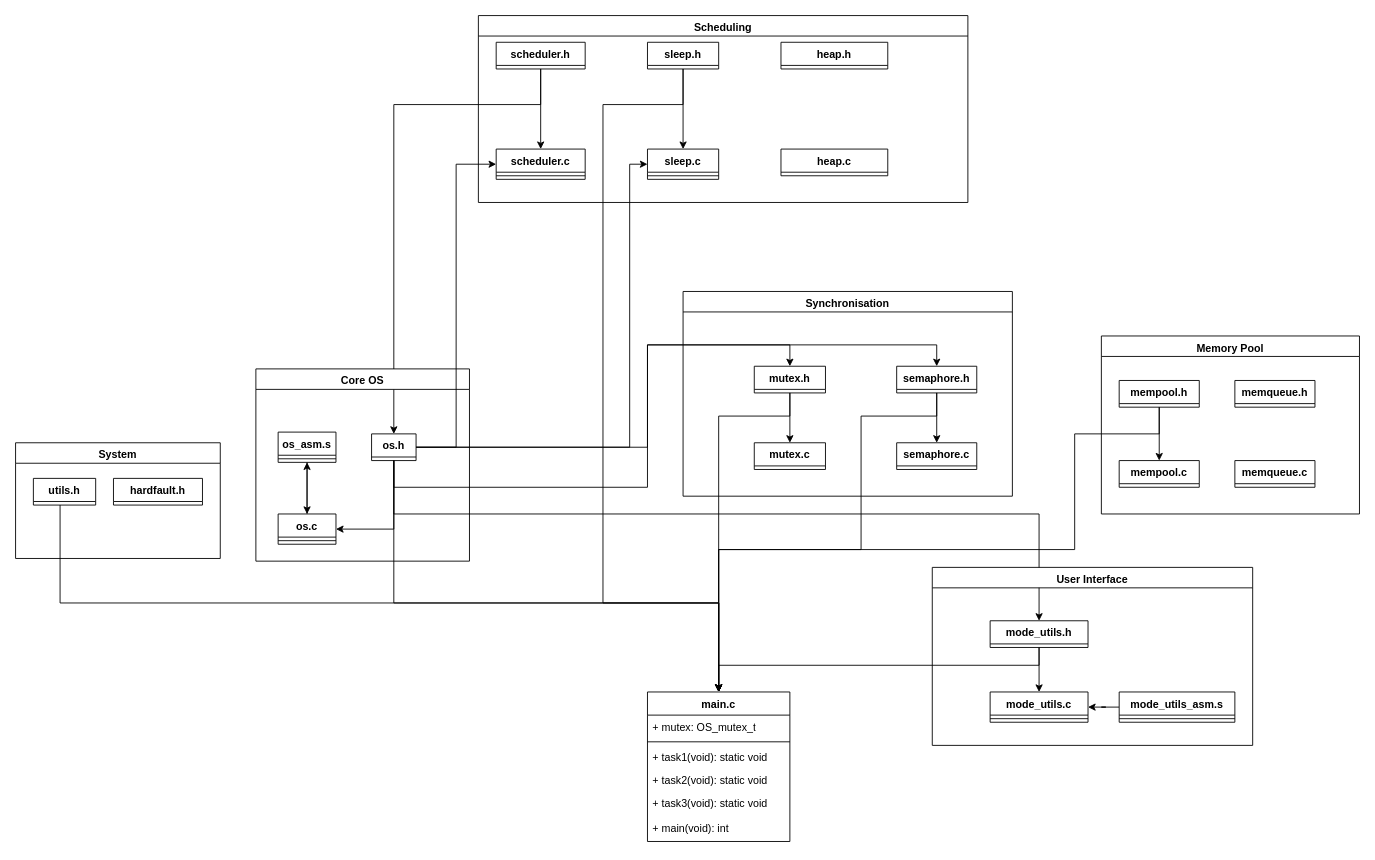
Earlier version of the draw.io diagram Assignment/DocetOS_Redesign_UML.drawio (ja-cooke/systems-programming). Source tidied: cells renumbered, new cells numbered last; positions are measured from the earlier drawing's top-left corner, leaving out a move shared by most shapes. Both pictures are drawn from the tidied source at 89%, with x=0, y=0 at pixel (15, 15).
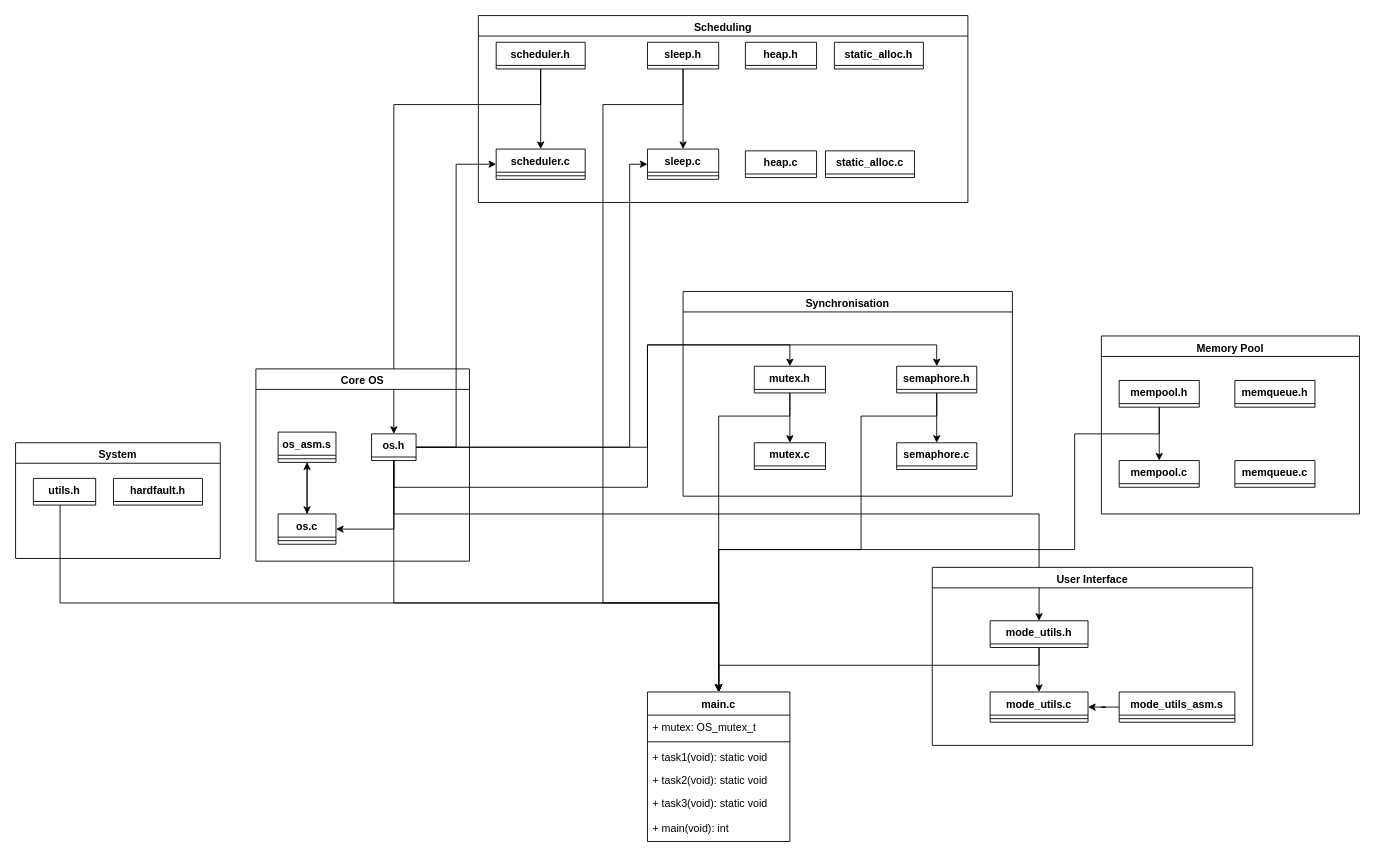
Above is the later version.

The change refers to these unchanged cells:
```xml
<mxCell id="15" value="Scheduling" style="swimlane;whiteSpace=wrap;html=1;strokeColor=default;align=center;verticalAlign=top;fontFamily=Helvetica;fontSize=12;fontColor=default;fontStyle=1;fillColor=default;" parent="1" vertex="1">
  <mxGeometry x="520" width="550" height="210" as="geometry" />
</mxCell>
```

What changed in the source:
```diff
@@
     <mxCell id="24" value="&lt;div&gt;&lt;span style=&quot;background-color: transparent; color: light-dark(rgb(0, 0, 0), rgb(255, 255, 255));&quot;&gt;heap.h&lt;/span&gt;&lt;/div&gt;" style="swimlane;fontStyle=1;align=center;verticalAlign=top;horizontal=1;startSize=26;whiteSpace=wrap;html=1;" parent="15" vertex="1" collapsed="1">
-      <mxGeometry x="340" y="30" width="120" height="30" as="geometry" />
+      <mxGeometry x="300" y="30" width="80" height="30" as="geometry" />
     </mxCell>
     <mxCell id="25" value="&lt;div&gt;&lt;span style=&quot;background-color: transparent; color: light-dark(rgb(0, 0, 0), rgb(255, 255, 255));&quot;&gt;heap.c&lt;/span&gt;&lt;/div&gt;" style="swimlane;fontStyle=1;align=center;verticalAlign=top;horizontal=1;startSize=26;whiteSpace=wrap;html=1;" parent="15" vertex="1" collapsed="1">
-      <mxGeometry x="340" y="150" width="120" height="30" as="geometry" />
+      <mxGeometry x="300" y="152" width="80" height="30" as="geometry" />
     </mxCell>
+    <mxCell id="66" value="&lt;div&gt;&lt;span style=&quot;background-color: transparent; color: light-dark(rgb(0, 0, 0), rgb(255, 255, 255));&quot;&gt;static_alloc.h&lt;/span&gt;&lt;/div&gt;" style="swimlane;fontStyle=1;align=center;verticalAlign=top;horizontal=1;startSize=26;whiteSpace=wrap;html=1;" parent="15" vertex="1" collapsed="1">
+      <mxGeometry x="400" y="30" width="100" height="30" as="geometry" />
+    </mxCell>
+    <mxCell id="67" value="&lt;div&gt;&lt;span style=&quot;background-color: transparent; color: light-dark(rgb(0, 0, 0), rgb(255, 255, 255));&quot;&gt;static_alloc.c&lt;/span&gt;&lt;/div&gt;" style="swimlane;fontStyle=1;align=center;verticalAlign=top;horizontal=1;startSize=26;whiteSpace=wrap;html=1;" parent="15" vertex="1" collapsed="1">
+      <mxGeometry x="390" y="152" width="100" height="30" as="geometry" />
+    </mxCell>
```
